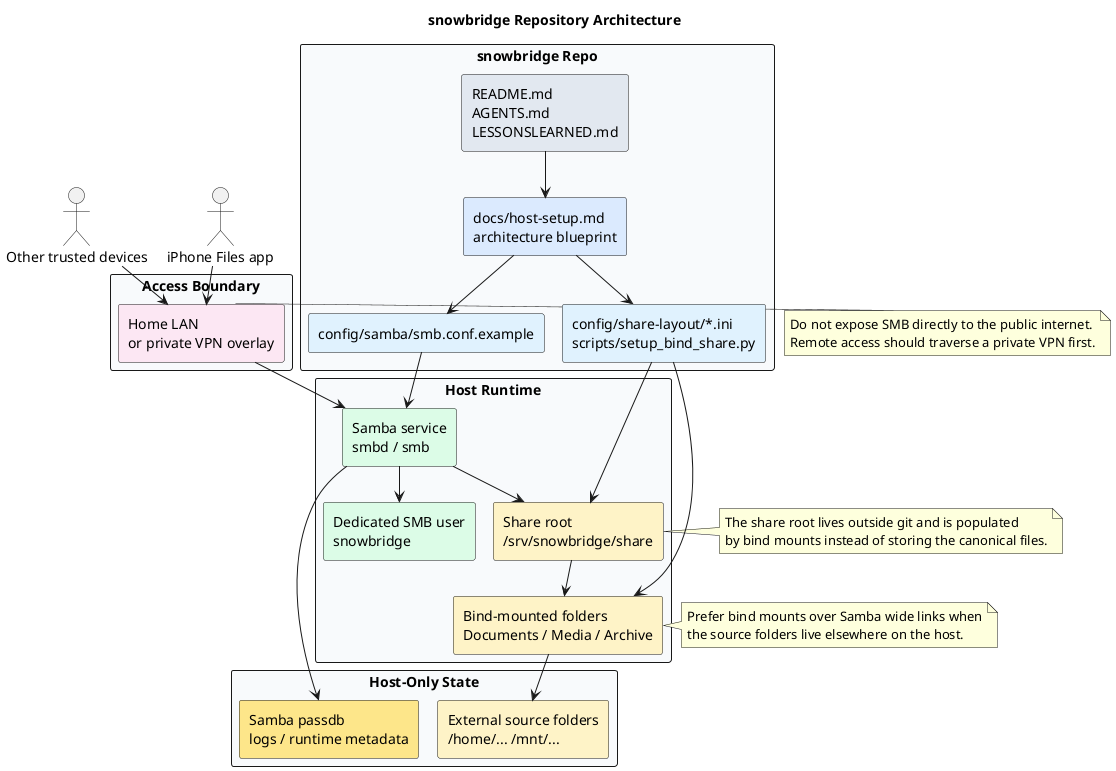
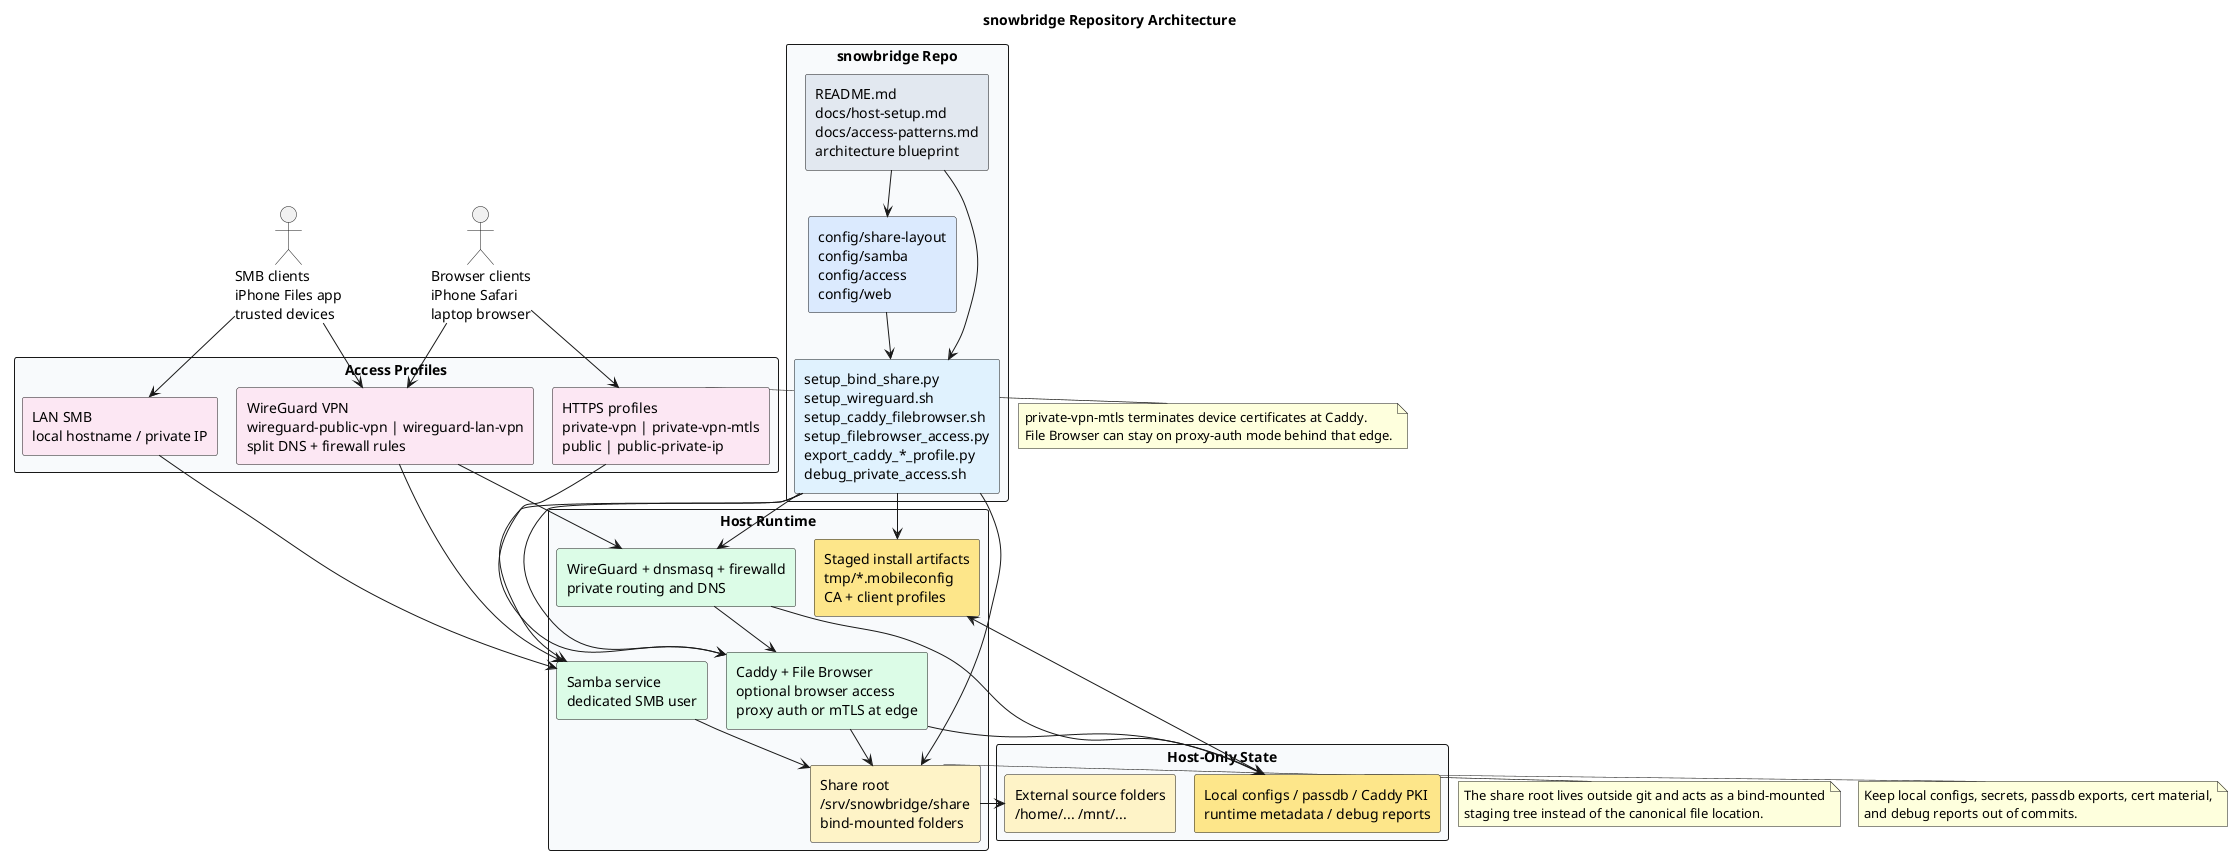
@startuml
!pragma layout smetana
title snowbridge Repository Architecture
skinparam shadowing false
skinparam defaultFontName Monospace
skinparam packageStyle rectangle
+ skinparam linetype ortho

- actor "iPhone Files app" as iphone
- actor "Other trusted devices" as other_clients
+ actor "SMB clients\niPhone Files app\ntrusted devices" as smb_clients
+ actor "Browser clients\niPhone Safari\nlaptop browser" as browser_clients

- package "Access Boundary" #F8FAFC {
-   rectangle "Home LAN\nor private VPN overlay" as access_boundary #FCE7F3
+ package "Access Profiles" #F8FAFC {
+   rectangle "LAN SMB\nlocal hostname / private IP" as lan_smb #FCE7F3
+   rectangle "WireGuard VPN\nwireguard-public-vpn | wireguard-lan-vpn\nsplit DNS + firewall rules" as wireguard_profiles #FCE7F3
+   rectangle "HTTPS profiles\nprivate-vpn | private-vpn-mtls\npublic | public-private-ip" as https_profiles #FCE7F3
}

package "snowbridge Repo" #F8FAFC {
-   rectangle "README.md\nAGENTS.md\nLESSONSLEARNED.md" as repo_docs #E2E8F0
-   rectangle "docs/host-setup.md\narchitecture blueprint" as ops_docs #DBEAFE
-   rectangle "config/samba/smb.conf.example" as smb_template #E0F2FE
-   rectangle "config/share-layout/*.ini\nscripts/setup_bind_share.py" as bind_layout #E0F2FE
+   rectangle "README.md\ndocs/host-setup.md\ndocs/access-patterns.md\narchitecture blueprint" as repo_docs #E2E8F0
+   rectangle "config/share-layout\nconfig/samba\nconfig/access\nconfig/web" as repo_config #DBEAFE
+   rectangle "setup_bind_share.py\nsetup_wireguard.sh\nsetup_caddy_filebrowser.sh\nsetup_filebrowser_access.py\nexport_caddy_*_profile.py\ndebug_private_access.sh" as repo_scripts #E0F2FE
}

package "Host Runtime" #F8FAFC {
-   rectangle "Samba service\nsmbd / smb" as samba_service #DCFCE7
-   rectangle "Dedicated SMB user\nsnowbridge" as smb_user #DCFCE7
-   rectangle "Share root\n/srv/snowbridge/share" as share_root #FEF3C7
-   rectangle "Bind-mounted folders\nDocuments / Media / Archive" as bind_mounts #FEF3C7
+   rectangle "Samba service\ndedicated SMB user" as samba_service #DCFCE7
+   rectangle "Share root\n/srv/snowbridge/share\nbind-mounted folders" as share_root #FEF3C7
+   rectangle "WireGuard + dnsmasq + firewalld\nprivate routing and DNS" as private_access #DCFCE7
+   rectangle "Caddy + File Browser\noptional browser access\nproxy auth or mTLS at edge" as web_stack #DCFCE7
+   rectangle "Staged install artifacts\ntmp/*.mobileconfig\nCA + client profiles" as staged_profiles #FDE68A
}

package "Host-Only State" #F8FAFC {
  rectangle "External source folders\n/home/... /mnt/..." as shared_files #FEF3C7
-   rectangle "Samba passdb\nlogs / runtime metadata" as host_state #FDE68A
+   rectangle "Local configs / passdb / Caddy PKI\nruntime metadata / debug reports" as host_state #FDE68A
}

- iphone --> access_boundary
- other_clients --> access_boundary
- access_boundary --> samba_service
+ smb_clients --> lan_smb
+ smb_clients --> wireguard_profiles
+ browser_clients --> wireguard_profiles
+ browser_clients --> https_profiles

- repo_docs --> ops_docs
- ops_docs --> smb_template
- ops_docs --> bind_layout
- smb_template --> samba_service
- bind_layout --> share_root
- bind_layout --> bind_mounts
+ lan_smb --> samba_service
+ wireguard_profiles --> samba_service
+ wireguard_profiles --> private_access
+ private_access --> web_stack
+ https_profiles --> web_stack

- samba_service --> smb_user
+ repo_docs --> repo_config
+ repo_docs --> repo_scripts
+ repo_config --> repo_scripts
+ repo_scripts --> samba_service
+ repo_scripts --> share_root
+ repo_scripts --> private_access
+ repo_scripts --> web_stack
+ repo_scripts --> staged_profiles
+ 
samba_service --> share_root
- share_root --> bind_mounts
- bind_mounts --> shared_files
- samba_service --> host_state
+ share_root --> shared_files
+ private_access --> host_state
+ web_stack --> share_root
+ web_stack --> host_state
+ host_state --> staged_profiles

- note right of access_boundary
-   Do not expose SMB directly to the public internet.
-   Remote access should traverse a private VPN first.
+ note right of https_profiles
+   private-vpn-mtls terminates device certificates at Caddy.
+   File Browser can stay on proxy-auth mode behind that edge.
end note

note right of share_root
-   The share root lives outside git and is populated
-   by bind mounts instead of storing the canonical files.
+   The share root lives outside git and acts as a bind-mounted
+   staging tree instead of the canonical file location.
end note

- note right of bind_mounts
-   Prefer bind mounts over Samba wide links when
-   the source folders live elsewhere on the host.
+ note right of host_state
+   Keep local configs, secrets, passdb exports, cert material,
+   and debug reports out of commits.
end note
@enduml
